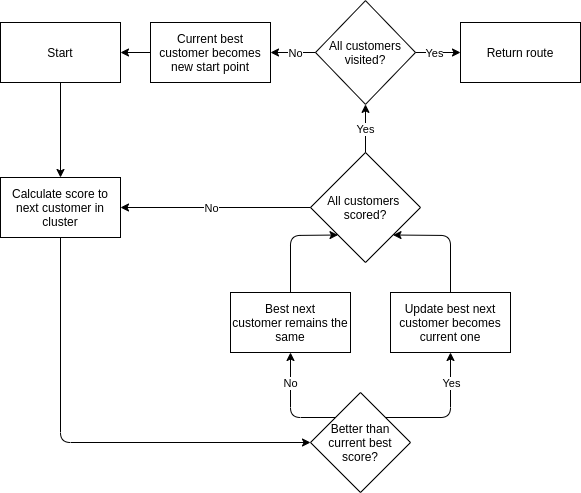
The draw.io diagram diagrams/Greedy Best First.png in DessyT/Drone-Delivery-Scheduling, before a commit. Source tidied: cells renumbered, new cells last; positions are measured from the earlier drawing's top-left corner, leaving out a move shared by most shapes. Source of this version:
```xml
<mxGraphModel>
  <root>
    <mxCell id="0" />
    <mxCell id="1" parent="0" />
    <mxCell id="2" value="Start" style="rounded=0;whiteSpace=wrap;html=1;" parent="1" vertex="1">
      <mxGeometry y="22" width="120" height="60" as="geometry" />
    </mxCell>
    <mxCell id="3" value="Calculate score to next customer in cluster" style="rounded=0;whiteSpace=wrap;html=1;" parent="1" vertex="1">
      <mxGeometry y="177" width="120" height="60" as="geometry" />
    </mxCell>
    <mxCell id="4" value="Update best next customer&amp;nbsp;becomes current one" style="rounded=0;whiteSpace=wrap;html=1;" parent="1" vertex="1">
      <mxGeometry x="390" y="292" width="120" height="60" as="geometry" />
    </mxCell>
    <mxCell id="5" value="Best next customer&amp;nbsp;remains the same" style="rounded=0;whiteSpace=wrap;html=1;" parent="1" vertex="1">
      <mxGeometry x="230" y="292" width="120" height="60" as="geometry" />
    </mxCell>
    <mxCell id="6" value="Better than current best score?" style="rhombus;whiteSpace=wrap;html=1;" parent="1" vertex="1">
      <mxGeometry x="310" y="392" width="100" height="100" as="geometry" />
    </mxCell>
    <mxCell id="7" style="endArrow=classic;html=1;exitX=0.5;exitY=1;exitDx=0;exitDy=0;entryX=0;entryY=0.5;entryDx=0;entryDy=0;" parent="1" edge="1" source="3" target="6">
      <mxGeometry relative="1" as="geometry">
        <Array as="points">
          <mxPoint x="60" y="442" />
        </Array>
      </mxGeometry>
    </mxCell>
    <mxCell id="8" style="endArrow=classic;html=1;exitX=0.5;exitY=1;exitDx=0;exitDy=0;entryX=0.5;entryY=0;entryDx=0;entryDy=0;" parent="1" edge="1" source="2" target="3">
      <mxGeometry relative="1" as="geometry" />
    </mxCell>
    <mxCell id="9" style="endArrow=classic;html=1;exitX=0;exitY=0;exitDx=0;exitDy=0;entryX=0.5;entryY=1;entryDx=0;entryDy=0;" parent="1" edge="1" source="6" target="5">
      <mxGeometry relative="1" as="geometry">
        <Array as="points">
          <mxPoint x="290" y="417" />
        </Array>
      </mxGeometry>
    </mxCell>
    <mxCell id="10" value="All customers&amp;nbsp;&lt;br&gt;scored?" style="rhombus;whiteSpace=wrap;html=1;" parent="1" vertex="1">
      <mxGeometry x="310" y="152" width="110" height="110" as="geometry" />
    </mxCell>
    <mxCell id="11" style="endArrow=classic;html=1;exitX=0.5;exitY=0;exitDx=0;exitDy=0;entryX=0;entryY=1;entryDx=0;entryDy=0;" parent="1" edge="1" source="5" target="10">
      <mxGeometry relative="1" as="geometry">
        <Array as="points">
          <mxPoint x="290" y="235" />
        </Array>
      </mxGeometry>
    </mxCell>
    <mxCell id="12" style="endArrow=classic;html=1;exitX=0.5;exitY=0;exitDx=0;exitDy=0;entryX=1;entryY=1;entryDx=0;entryDy=0;" parent="1" edge="1" source="4" target="10">
      <mxGeometry relative="1" as="geometry">
        <Array as="points">
          <mxPoint x="450" y="235" />
        </Array>
      </mxGeometry>
    </mxCell>
    <mxCell id="13" style="endArrow=classic;html=1;exitX=1;exitY=0;exitDx=0;exitDy=0;entryX=0.5;entryY=1;entryDx=0;entryDy=0;" parent="1" edge="1" source="6" target="4">
      <mxGeometry relative="1" as="geometry">
        <Array as="points">
          <mxPoint x="450" y="417" />
        </Array>
      </mxGeometry>
    </mxCell>
    <mxCell id="14" value="Yes" style="edgeLabel;html=1;align=center;verticalAlign=middle;" parent="13" vertex="1">
      <mxGeometry x="-0.25" relative="1" as="geometry">
        <mxPoint x="16.8" y="-35" as="offset" />
      </mxGeometry>
    </mxCell>
    <mxCell id="15" value="No" style="edgeLabel;html=1;align=center;verticalAlign=middle;" parent="1" vertex="1">
      <mxGeometry x="260" y="432" as="geometry">
        <mxPoint x="29.4" y="-50" as="offset" />
      </mxGeometry>
    </mxCell>
    <mxCell id="16" style="endArrow=classic;html=1;entryX=1;entryY=0.5;entryDx=0;entryDy=0;exitX=0;exitY=0.5;exitDx=0;exitDy=0;" parent="1" edge="1" source="10" target="3">
      <mxGeometry relative="1" as="geometry" />
    </mxCell>
    <mxCell id="17" value="No" style="edgeLabel;html=1;align=center;verticalAlign=middle;" parent="16" vertex="1">
      <mxGeometry x="0.2" y="4" relative="1" as="geometry">
        <mxPoint x="14.1" y="-4" as="offset" />
      </mxGeometry>
    </mxCell>
    <mxCell id="18" value="All customers visited?" style="rhombus;whiteSpace=wrap;html=1;" parent="1" vertex="1">
      <mxGeometry x="315" y="0.1" width="100" height="103.8" as="geometry" />
    </mxCell>
    <mxCell id="19" style="endArrow=classic;html=1;exitX=0.5;exitY=0;exitDx=0;exitDy=0;entryX=0.5;entryY=1;entryDx=0;entryDy=0;" parent="1" edge="1" source="10" target="18">
      <mxGeometry relative="1" as="geometry" />
    </mxCell>
    <mxCell id="20" value="Yes" style="edgeLabel;html=1;align=center;verticalAlign=middle;" parent="1" vertex="1">
      <mxGeometry x="350" y="132" as="geometry">
        <mxPoint x="14.1" y="-4" as="offset" />
      </mxGeometry>
    </mxCell>
    <mxCell id="21" value="Return route" style="rounded=0;whiteSpace=wrap;html=1;" parent="1" vertex="1">
      <mxGeometry x="460" y="22" width="120" height="60" as="geometry" />
    </mxCell>
    <mxCell id="22" value="Current best customer becomes new start point" style="rounded=0;whiteSpace=wrap;html=1;" parent="1" vertex="1">
      <mxGeometry x="150" y="22" width="120" height="60" as="geometry" />
    </mxCell>
    <mxCell id="23" style="endArrow=classic;html=1;exitX=0;exitY=0.5;exitDx=0;exitDy=0;entryX=1;entryY=0.5;entryDx=0;entryDy=0;" parent="1" edge="1" source="22" target="2">
      <mxGeometry relative="1" as="geometry" />
    </mxCell>
    <mxCell id="24" style="endArrow=classic;html=1;exitX=0;exitY=0.5;exitDx=0;exitDy=0;entryX=1;entryY=0.5;entryDx=0;entryDy=0;" parent="1" edge="1" source="18" target="22">
      <mxGeometry relative="1" as="geometry" />
    </mxCell>
    <mxCell id="25" value="No" style="edgeLabel;html=1;align=center;verticalAlign=middle;" parent="24" vertex="1">
      <mxGeometry x="-0.5" y="2" relative="1" as="geometry">
        <mxPoint x="-9.2" y="-2" as="offset" />
      </mxGeometry>
    </mxCell>
    <mxCell id="26" style="endArrow=classic;html=1;exitX=1;exitY=0.5;exitDx=0;exitDy=0;entryX=0;entryY=0.5;entryDx=0;entryDy=0;" parent="1" edge="1" source="18" target="21">
      <mxGeometry relative="1" as="geometry" />
    </mxCell>
    <mxCell id="27" value="Yes" style="edgeLabel;html=1;align=center;verticalAlign=middle;" parent="26" vertex="1">
      <mxGeometry x="-0.49" y="-2" relative="1" as="geometry">
        <mxPoint x="7.1" y="-2" as="offset" />
      </mxGeometry>
    </mxCell>
  </root>
</mxGraphModel>
```
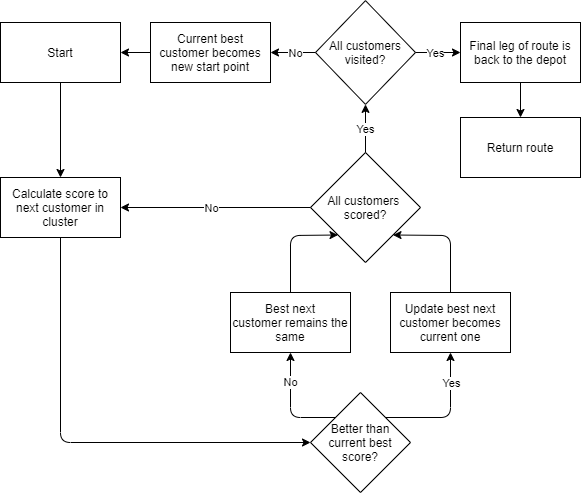
Above is the later version.

Change to the diagram source:
```diff
@@ -87,7 +87,7 @@
         <mxPoint x="14.1" y="-4" as="offset" />
       </mxGeometry>
     </mxCell>
-    <mxCell id="21" value="Return route" style="rounded=0;whiteSpace=wrap;html=1;" parent="1" vertex="1">
+    <mxCell id="21" value="Final leg of route is back to the depot" style="rounded=0;whiteSpace=wrap;html=1;" parent="1" vertex="1">
       <mxGeometry x="460" y="22" width="120" height="60" as="geometry" />
     </mxCell>
     <mxCell id="22" value="Current best customer becomes new start point" style="rounded=0;whiteSpace=wrap;html=1;" parent="1" vertex="1">
@@ -112,5 +112,11 @@
         <mxPoint x="7.1" y="-2" as="offset" />
       </mxGeometry>
     </mxCell>
+    <mxCell id="28" value="Return route" style="rounded=0;whiteSpace=wrap;html=1;" parent="1" vertex="1">
+      <mxGeometry x="460" y="117" width="120" height="60" as="geometry" />
+    </mxCell>
+    <mxCell id="29" style="endArrow=classic;html=1;entryX=0.5;entryY=0;entryDx=0;entryDy=0;exitX=0.5;exitY=1;exitDx=0;exitDy=0;" parent="1" edge="1" source="21" target="28">
+      <mxGeometry relative="1" as="geometry" />
+    </mxCell>
   </root>
 </mxGraphModel>
```
